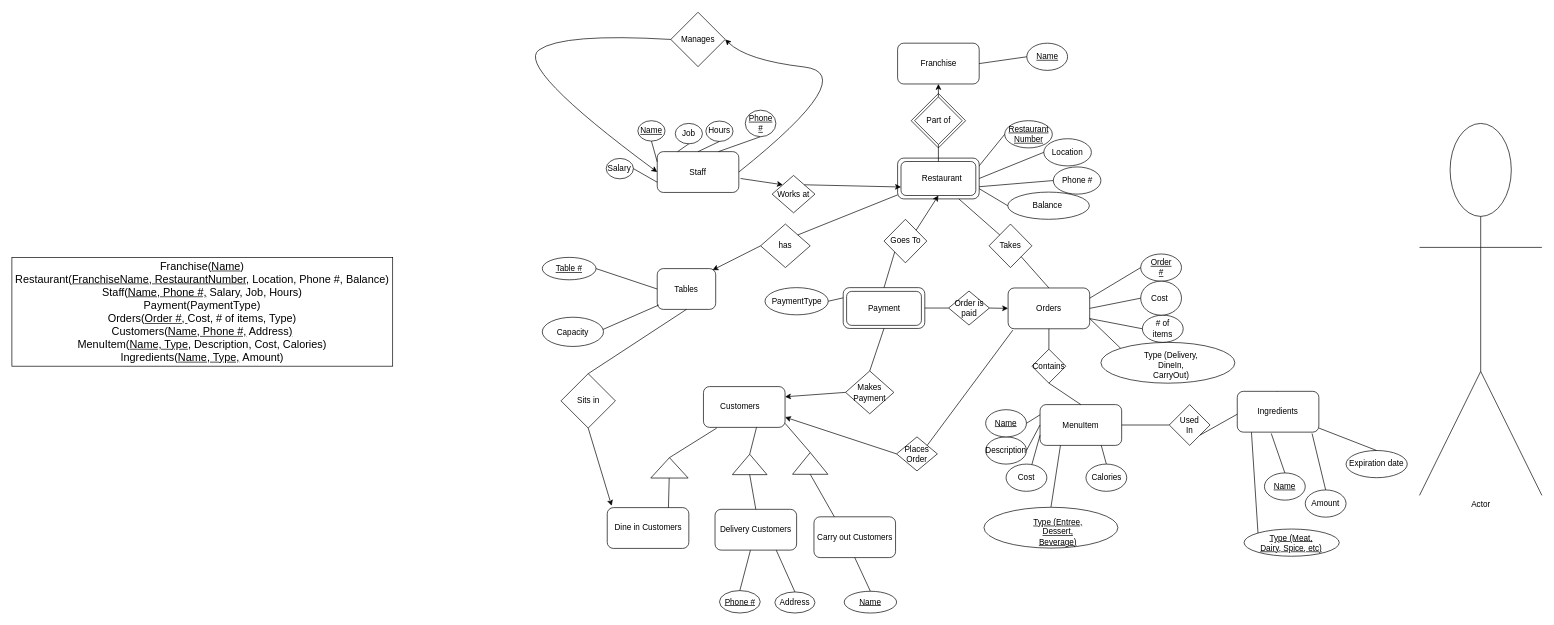
This is Copy of Copy of Copy of Copy of E/R Diagram.drawio from yeongKo/git-training, a draw.io file, before an edit. Source tidied: cells renumbered, new cells numbered last; positions are measured from the earlier drawing's top-left corner, leaving out a move shared by most shapes. Both pictures are drawn from the tidied source at 68%, with x=0, y=0 at pixel (12, 12).
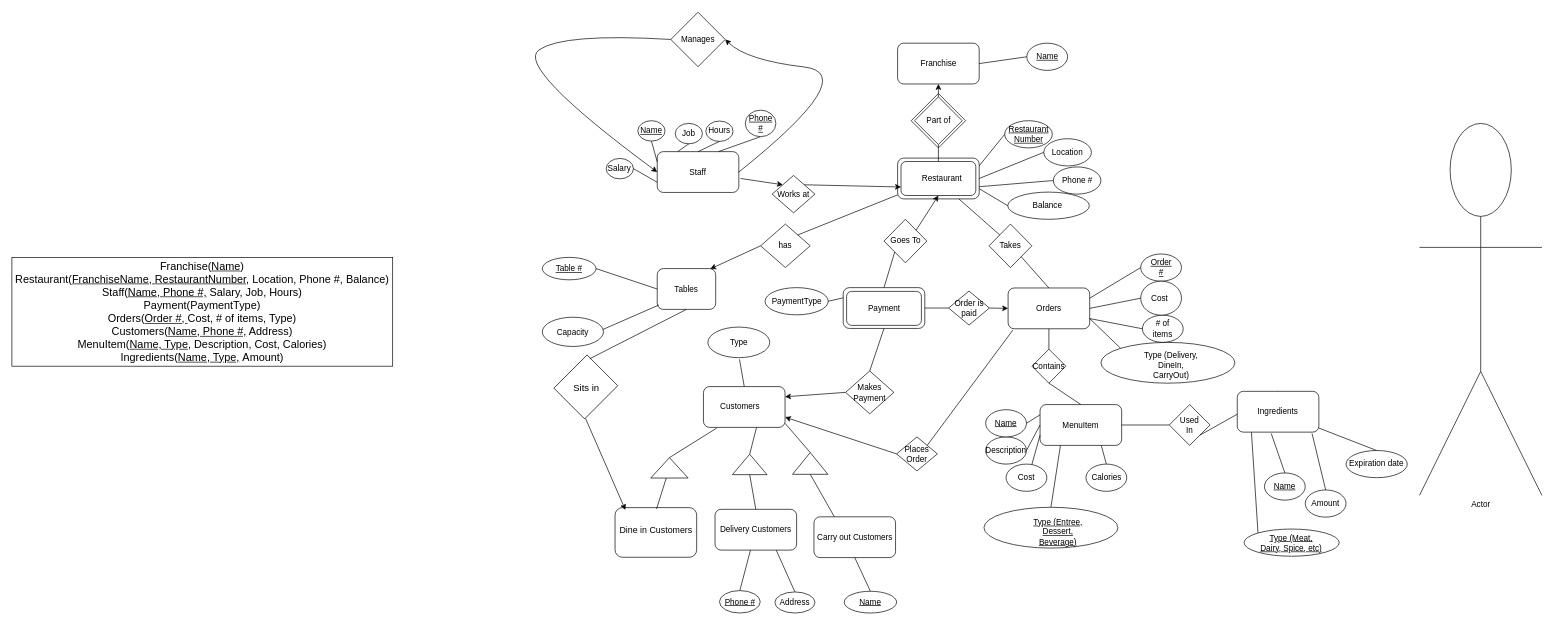
After the change.

The change refers to these unchanged cells:
```xml
<mxCell id="146" style="rounded=1;whiteSpace=wrap;html=1;" parent="1" vertex="1">
  <mxGeometry x="1017" y="550" width="120" height="60" as="geometry" />
</mxCell>
<mxCell id="172" style="triangle;whiteSpace=wrap;html=1;rotation=-90;" parent="1" vertex="1">
  <mxGeometry x="952" y="642" width="30" height="55" as="geometry" />
</mxCell>
<mxCell id="180" value="Tables" style="rounded=1;whiteSpace=wrap;html=1;" parent="1" vertex="1">
  <mxGeometry x="949" y="376.5" width="86" height="60" as="geometry" />
</mxCell>
<mxCell id="182" value="has" style="rhombus;whiteSpace=wrap;html=1;" parent="1" vertex="1">
  <mxGeometry x="1101" y="311" width="73" height="64" as="geometry" />
</mxCell>
```

Change to the diagram source:
```diff
@@
+    <mxCell id="194" style="rounded=1;whiteSpace=wrap;html=1;glass=0;" parent="1" vertex="1">
+      <mxGeometry x="887" y="728" width="120" height="73" as="geometry" />
+    </mxCell>
+    <mxCell id="195" style="rounded=0;whiteSpace=wrap;html=1;glass=0;rotation=45;" parent="1" vertex="1">
+      <mxGeometry x="812" y="516" width="64" height="69" as="geometry" />
+    </mxCell>
@@
-    <mxCell id="169" value="Dine in Customers" style="rounded=1;whiteSpace=wrap;html=1;" parent="1" vertex="1">
-      <mxGeometry x="875.5" y="728" width="120" height="60" as="geometry" />
-    </mxCell>
@@
-    <mxCell id="171" style="endArrow=none;html=1;exitX=0.75;exitY=0;exitDx=0;exitDy=0;" parent="1" edge="1" source="169" target="172">
-      <mxGeometry relative="1" as="geometry" />
+    <mxCell id="171" style="endArrow=none;html=1;exitX=0.5;exitY=0;exitDx=0;exitDy=0;exitPerimeter=0;" parent="1" edge="1" target="172">
+      <mxGeometry relative="1" as="geometry">
+        <mxPoint x="948" y="730" as="sourcePoint" />
+      </mxGeometry>
     </mxCell>
@@
-    <mxCell id="181" style="endArrow=classic;html=1;entryX=0.946;entryY=0.036;entryDx=0;entryDy=0;entryPerimeter=0;exitX=0;exitY=0.5;exitDx=0;exitDy=0;" parent="1" edge="1" source="182" target="180">
+    <mxCell id="181" style="endArrow=classic;html=1;entryX=0.907;entryY=0.008;entryDx=0;entryDy=0;entryPerimeter=0;exitX=0;exitY=0.5;exitDx=0;exitDy=0;" parent="1" edge="1" source="182" target="180">
       <mxGeometry relative="1" as="geometry" />
     </mxCell>
@@
-    <mxCell id="189" style="endArrow=classic;html=1;entryX=0.054;entryY=-0.044;entryDx=0;entryDy=0;entryPerimeter=0;exitX=0.5;exitY=1;exitDx=0;exitDy=0;" parent="1" edge="1" source="190" target="169">
-      <mxGeometry relative="1" as="geometry" />
+    <mxCell id="189" style="endArrow=classic;html=1;entryX=0.182;entryY=0.022;entryDx=0;entryDy=0;entryPerimeter=0;exitX=1.01;exitY=0.98;exitDx=0;exitDy=0;exitPerimeter=0;" parent="1" edge="1" source="195">
+      <mxGeometry relative="1" as="geometry">
+        <mxPoint x="902.2" y="731.4" as="targetPoint" />
+      </mxGeometry>
     </mxCell>
-    <mxCell id="190" value="Sits in" style="rhombus;whiteSpace=wrap;html=1;glass=0;" parent="1" vertex="1">
-      <mxGeometry x="807.5" y="531" width="80" height="80" as="geometry" />
-    </mxCell>
-    <mxCell id="191" style="endArrow=none;html=1;exitX=0.5;exitY=0;exitDx=0;exitDy=0;entryX=0.5;entryY=1;entryDx=0;entryDy=0;" parent="1" edge="1" source="190" target="180">
-      <mxGeometry relative="1" as="geometry" />
+    <mxCell id="191" style="endArrow=none;html=1;exitX=0;exitY=0;exitDx=0;exitDy=0;entryX=0.5;entryY=1;entryDx=0;entryDy=0;exitPerimeter=0;" parent="1" edge="1" target="180">
+      <mxGeometry relative="1" as="geometry">
+        <mxPoint x="849.7" y="509.1" as="sourcePoint" />
+      </mxGeometry>
     </mxCell>
@@
+    <mxCell id="169" value="&lt;font style=&quot;font-size: 13px&quot;&gt;Dine in Customers&lt;/font&gt;" style="text;html=1;points=[];align=left;verticalAlign=top;spacingTop=-4;" parent="1" vertex="1">
+      <mxGeometry x="892" y="750.5" width="120" height="20" as="geometry" />
+    </mxCell>
+    <mxCell id="190" value="&lt;font style=&quot;font-size: 14px&quot;&gt;Sits in&lt;/font&gt;" style="text;html=1;points=[];align=left;verticalAlign=top;spacingTop=-4;" parent="1" vertex="1">
+      <mxGeometry x="824" y="540.5" width="50" height="20" as="geometry" />
+    </mxCell>
+    <mxCell id="196" style="endArrow=none;html=1;entryX=0.5;entryY=0;entryDx=0;entryDy=0;" parent="1" edge="1" target="146">
+      <mxGeometry relative="1" as="geometry">
+        <mxPoint x="1070" y="510" as="sourcePoint" />
+      </mxGeometry>
+    </mxCell>
+    <mxCell id="197" value="Type" style="ellipse;whiteSpace=wrap;html=1;glass=0;" parent="1" vertex="1">
+      <mxGeometry x="1023.5" y="462.5" width="91" height="45" as="geometry" />
+    </mxCell>
```
